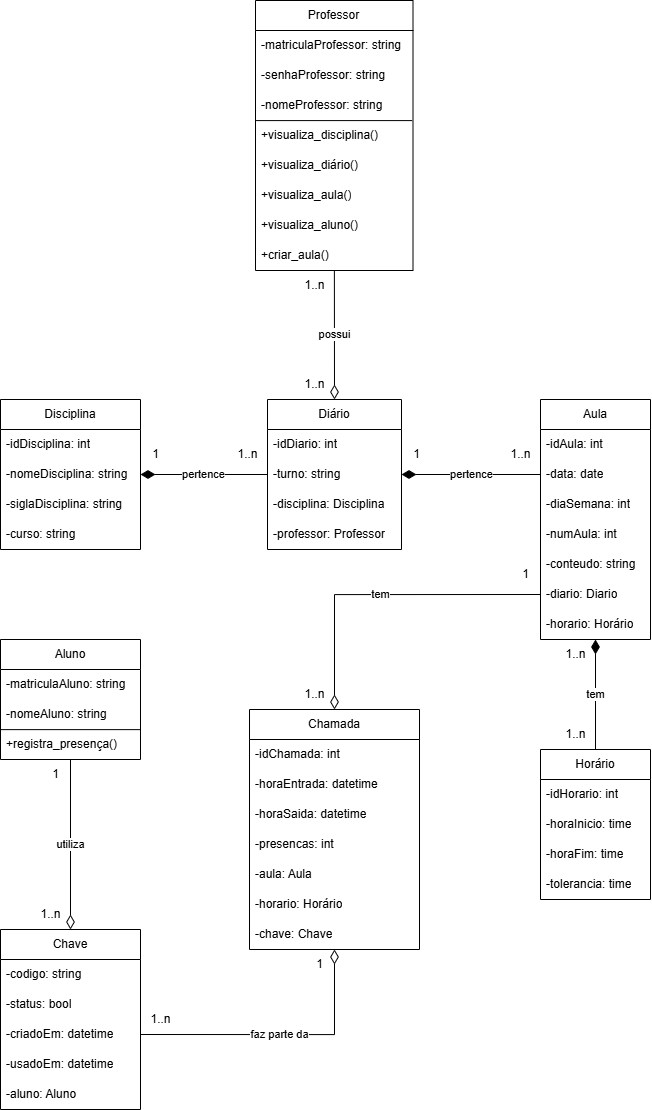
Before: Documents/Diagramas/models.png, a diagram exported from draw.io (Jordanjuliobr23/Automated-Call-System). Source tidied: cells renumbered, new cells last; positions are measured from the earlier drawing's top-left corner, leaving out a move shared by most shapes.
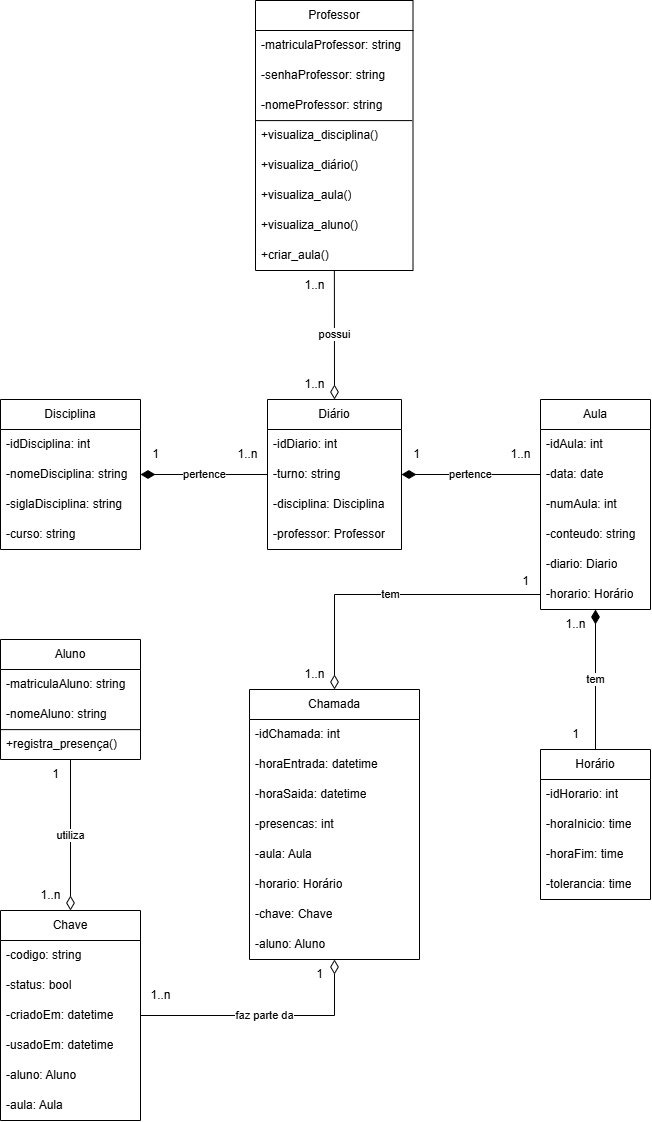
After the change.

Change to the diagram source:
```diff
@@ -72,7 +72,7 @@
       <mxGeometry relative="1" as="geometry" />
     </mxCell>
     <mxCell id="25" value="Aula" style="swimlane;fontStyle=0;horizontal=1;startSize=30;whiteSpace=wrap;html=1;" parent="1" vertex="1">
-      <mxGeometry x="540" y="399" width="110" height="240" as="geometry" />
+      <mxGeometry x="540" y="399" width="110" height="210" as="geometry" />
     </mxCell>
     <mxCell id="26" value="-idAula: int" style="text;strokeColor=none;fillColor=none;align=left;verticalAlign=middle;spacingLeft=4;spacingRight=4;overflow=hidden;whiteSpace=wrap;html=1;" parent="25" vertex="1">
       <mxGeometry y="30" width="110" height="30" as="geometry" />
@@ -80,26 +80,23 @@
     <mxCell id="27" value="-data: date" style="text;strokeColor=none;fillColor=none;align=left;verticalAlign=middle;spacingLeft=4;spacingRight=4;overflow=hidden;points=[[0,0.5],[1,0.5]];portConstraint=eastwest;whiteSpace=wrap;html=1;" parent="25" vertex="1">
       <mxGeometry y="60" width="110" height="30" as="geometry" />
     </mxCell>
-    <mxCell id="28" value="-diaSemana: int" style="text;strokeColor=none;fillColor=none;align=left;verticalAlign=middle;spacingLeft=4;spacingRight=4;overflow=hidden;whiteSpace=wrap;html=1;" parent="25" vertex="1">
-      <mxGeometry y="90" width="110" height="30" as="geometry" />
-    </mxCell>
     <mxCell id="29" value="-numAula: int" style="text;strokeColor=none;fillColor=none;align=left;verticalAlign=middle;spacingLeft=4;spacingRight=4;overflow=hidden;whiteSpace=wrap;html=1;" parent="25" vertex="1">
-      <mxGeometry y="120" width="110" height="30" as="geometry" />
+      <mxGeometry y="90" width="110" height="30" as="geometry" />
     </mxCell>
     <mxCell id="30" value="-conteudo: string" style="text;strokeColor=none;fillColor=none;align=left;verticalAlign=middle;spacingLeft=4;spacingRight=4;overflow=hidden;whiteSpace=wrap;html=1;" parent="25" vertex="1">
-      <mxGeometry y="150" width="110" height="30" as="geometry" />
+      <mxGeometry y="120" width="110" height="30" as="geometry" />
     </mxCell>
     <mxCell id="31" value="-diario: Diario" style="text;strokeColor=none;fillColor=none;align=left;verticalAlign=middle;spacingLeft=4;spacingRight=4;overflow=hidden;points=[[0,0.5],[1,0.5]];portConstraint=eastwest;whiteSpace=wrap;html=1;" parent="25" vertex="1">
-      <mxGeometry y="180" width="110" height="30" as="geometry" />
+      <mxGeometry y="150" width="110" height="30" as="geometry" />
     </mxCell>
     <mxCell id="32" value="-horario: Horário" style="text;strokeColor=none;fillColor=none;align=left;verticalAlign=middle;spacingLeft=4;spacingRight=4;overflow=hidden;points=[[0,0.5],[1,0.5]];portConstraint=eastwest;whiteSpace=wrap;html=1;" parent="25" vertex="1">
-      <mxGeometry y="210" width="110" height="30" as="geometry" />
+      <mxGeometry y="180" width="110" height="30" as="geometry" />
     </mxCell>
     <mxCell id="33" value="faz parte da" style="edgeStyle=orthogonalEdgeStyle;html=1;entryX=1;entryY=0.5;entryDx=0;entryDy=0;startArrow=diamondThin;startFill=0;rounded=0;curved=0;endArrow=none;endFill=0;endSize=12;startSize=12;" parent="1" edge="1" source="34" target="55">
       <mxGeometry relative="1" as="geometry" />
     </mxCell>
     <mxCell id="34" value="Chamada" style="swimlane;fontStyle=0;horizontal=1;startSize=30;whiteSpace=wrap;html=1;" parent="1" vertex="1">
-      <mxGeometry x="249" y="709" width="170" height="240" as="geometry" />
+      <mxGeometry x="249" y="689" width="170" height="270" as="geometry" />
     </mxCell>
     <mxCell id="35" value="-idChamada: int" style="text;strokeColor=none;fillColor=none;align=left;verticalAlign=middle;spacingLeft=4;spacingRight=4;overflow=hidden;whiteSpace=wrap;html=1;" parent="34" vertex="1">
       <mxGeometry y="30" width="170" height="30" as="geometry" />
@@ -122,6 +119,9 @@
     <mxCell id="41" value="-chave: Chave" style="text;strokeColor=none;fillColor=none;align=left;verticalAlign=middle;spacingLeft=4;spacingRight=4;overflow=hidden;whiteSpace=wrap;html=1;" parent="34" vertex="1">
       <mxGeometry y="210" width="170" height="30" as="geometry" />
     </mxCell>
+    <mxCell id="75" value="-aluno: Aluno" style="text;strokeColor=none;fillColor=none;align=left;verticalAlign=middle;spacingLeft=4;spacingRight=4;overflow=hidden;whiteSpace=wrap;html=1;" parent="34" vertex="1">
+      <mxGeometry y="240" width="170" height="30" as="geometry" />
+    </mxCell>
     <mxCell id="42" value="Diário" style="swimlane;fontStyle=0;horizontal=1;startSize=30;whiteSpace=wrap;html=1;" parent="1" vertex="1">
       <mxGeometry x="267" y="399" width="134" height="150" as="geometry" />
     </mxCell>
@@ -153,7 +153,7 @@
       <mxGeometry y="120" width="110" height="30" as="geometry" />
     </mxCell>
     <mxCell id="52" value="Chave" style="swimlane;fontStyle=0;horizontal=1;startSize=30;whiteSpace=wrap;html=1;" parent="1" vertex="1">
-      <mxGeometry y="929" width="140" height="180" as="geometry" />
+      <mxGeometry y="910" width="140" height="210" as="geometry" />
     </mxCell>
     <mxCell id="53" value="-codigo: string" style="text;strokeColor=none;fillColor=none;align=left;verticalAlign=middle;spacingLeft=4;spacingRight=4;overflow=hidden;whiteSpace=wrap;html=1;" parent="52" vertex="1">
       <mxGeometry y="30" width="140" height="30" as="geometry" />
@@ -170,6 +170,9 @@
     <mxCell id="57" value="-aluno: Aluno" style="text;strokeColor=none;fillColor=none;align=left;verticalAlign=middle;spacingLeft=4;spacingRight=4;overflow=hidden;whiteSpace=wrap;html=1;" parent="52" vertex="1">
       <mxGeometry y="150" width="140" height="30" as="geometry" />
     </mxCell>
+    <mxCell id="76" value="-aula: Aula" style="text;strokeColor=none;fillColor=none;align=left;verticalAlign=middle;spacingLeft=4;spacingRight=4;overflow=hidden;whiteSpace=wrap;html=1;" parent="52" vertex="1">
+      <mxGeometry y="180" width="140" height="30" as="geometry" />
+    </mxCell>
     <mxCell id="58" value="pertence" style="edgeStyle=none;html=1;exitX=0;exitY=0.5;exitDx=0;exitDy=0;entryX=1;entryY=0.5;entryDx=0;entryDy=0;endArrow=diamondThin;endFill=1;endSize=12;" parent="1" edge="1" source="44" target="10">
       <mxGeometry relative="1" as="geometry" />
     </mxCell>
@@ -198,15 +201,15 @@
       <mxGeometry x="40" y="759" width="30" height="30" as="geometry" />
     </mxCell>
     <mxCell id="67" value="1..n" style="text;html=1;align=center;verticalAlign=middle;strokeColor=none;fillColor=none;" parent="1" vertex="1">
-      <mxGeometry x="30" y="899" width="40" height="30" as="geometry" />
+      <mxGeometry x="30" y="880" width="40" height="30" as="geometry" />
     </mxCell>
-    <mxCell id="68" value="1..n" style="text;html=1;align=center;verticalAlign=middle;strokeColor=none;fillColor=none;" parent="1" vertex="1">
-      <mxGeometry x="555" y="719" width="40" height="30" as="geometry" />
+    <mxCell id="68" value="1" style="text;html=1;align=center;verticalAlign=middle;strokeColor=none;fillColor=none;" parent="1" vertex="1">
+      <mxGeometry x="560" y="719" width="30" height="30" as="geometry" />
     </mxCell>
     <mxCell id="69" value="1..n" style="text;html=1;align=center;verticalAlign=middle;strokeColor=none;fillColor=none;" parent="1" vertex="1">
-      <mxGeometry x="555" y="639" width="40" height="30" as="geometry" />
+      <mxGeometry x="555" y="609" width="40" height="30" as="geometry" />
     </mxCell>
-    <mxCell id="70" value="tem" style="edgeStyle=orthogonalEdgeStyle;html=1;exitX=0;exitY=0.5;exitDx=0;exitDy=0;entryX=0.5;entryY=0;entryDx=0;entryDy=0;rounded=0;curved=0;endArrow=diamondThin;endFill=0;endSize=12;startSize=12;startArrow=none;startFill=0;" parent="1" edge="1" source="31" target="34">
+    <mxCell id="70" value="tem" style="edgeStyle=orthogonalEdgeStyle;html=1;exitX=0;exitY=0.5;exitDx=0;exitDy=0;entryX=0.5;entryY=0;entryDx=0;entryDy=0;rounded=0;curved=0;endArrow=diamondThin;endFill=0;endSize=12;startSize=12;startArrow=none;startFill=0;" parent="1" edge="1" source="32" target="34">
       <mxGeometry relative="1" as="geometry">
         <Array as="points">
           <mxPoint x="334" y="594" />
@@ -214,16 +217,16 @@
       </mxGeometry>
     </mxCell>
     <mxCell id="71" value="1" style="text;html=1;align=center;verticalAlign=middle;strokeColor=none;fillColor=none;" parent="1" vertex="1">
-      <mxGeometry x="304" y="949" width="30" height="30" as="geometry" />
+      <mxGeometry x="304" y="959" width="30" height="30" as="geometry" />
     </mxCell>
     <mxCell id="72" value="1..n" style="text;html=1;align=center;verticalAlign=middle;strokeColor=none;fillColor=none;" parent="1" vertex="1">
-      <mxGeometry x="140" y="1004" width="40" height="30" as="geometry" />
+      <mxGeometry x="140" y="980" width="40" height="30" as="geometry" />
     </mxCell>
     <mxCell id="73" value="1" style="text;html=1;align=center;verticalAlign=middle;strokeColor=none;fillColor=none;" parent="1" vertex="1">
-      <mxGeometry x="510" y="559" width="30" height="30" as="geometry" />
+      <mxGeometry x="510" y="566" width="30" height="30" as="geometry" />
     </mxCell>
     <mxCell id="74" value="1..n" style="text;html=1;align=center;verticalAlign=middle;strokeColor=none;fillColor=none;" parent="1" vertex="1">
-      <mxGeometry x="294" y="679" width="40" height="30" as="geometry" />
+      <mxGeometry x="294" y="659" width="40" height="30" as="geometry" />
     </mxCell>
   </root>
 </mxGraphModel>
```
